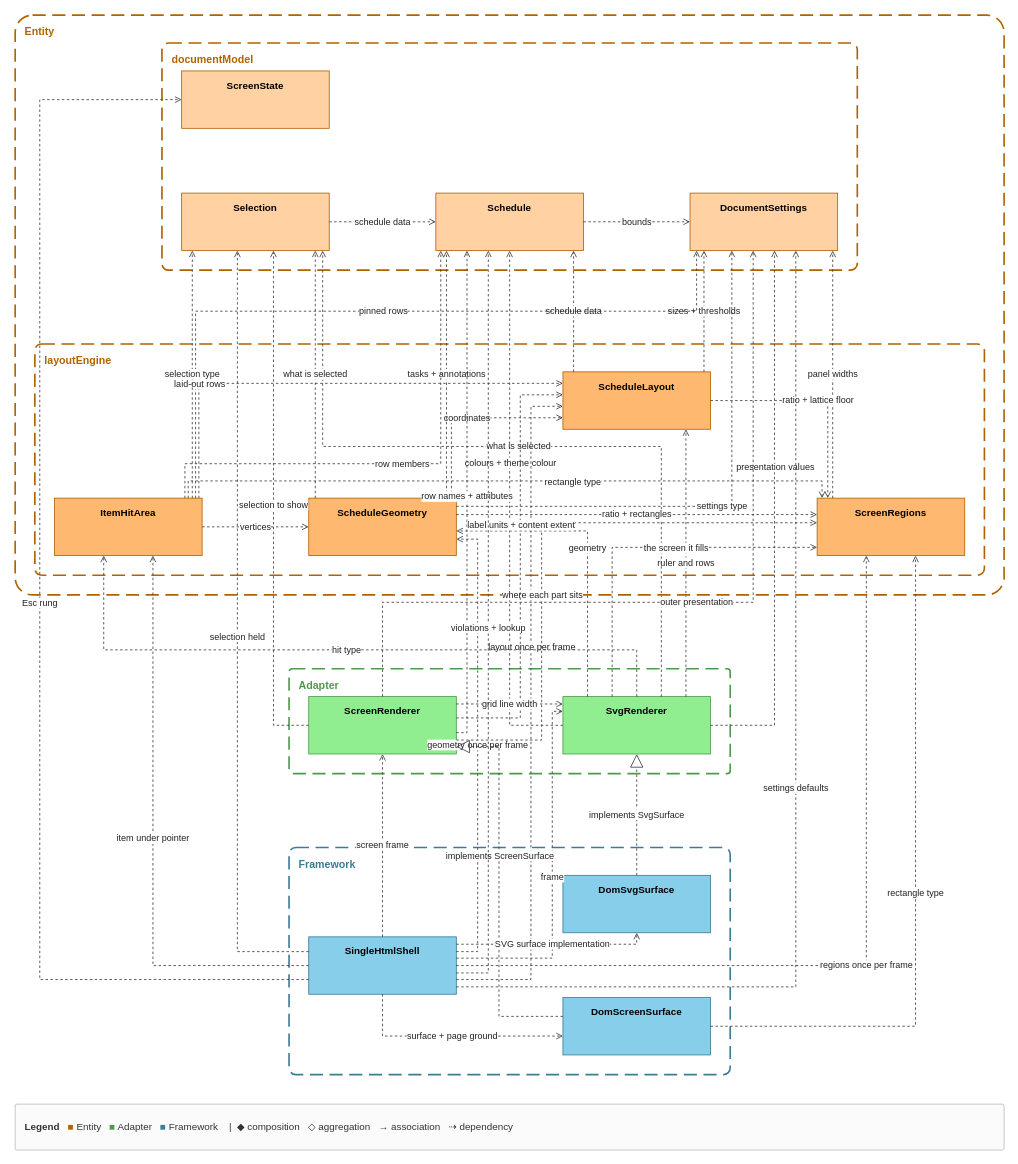
Before: docs/spec/_source/view-read.drawio in GoodRelax/gr-scheduler, a draw.io diagram. Source tidied: cells renumbered, new cells numbered last; positions are measured from the earlier drawing's top-left corner, leaving out a move shared by most shapes. Both pictures are drawn from the tidied source at 82%, with x=0, y=0 at pixel (15, 15).
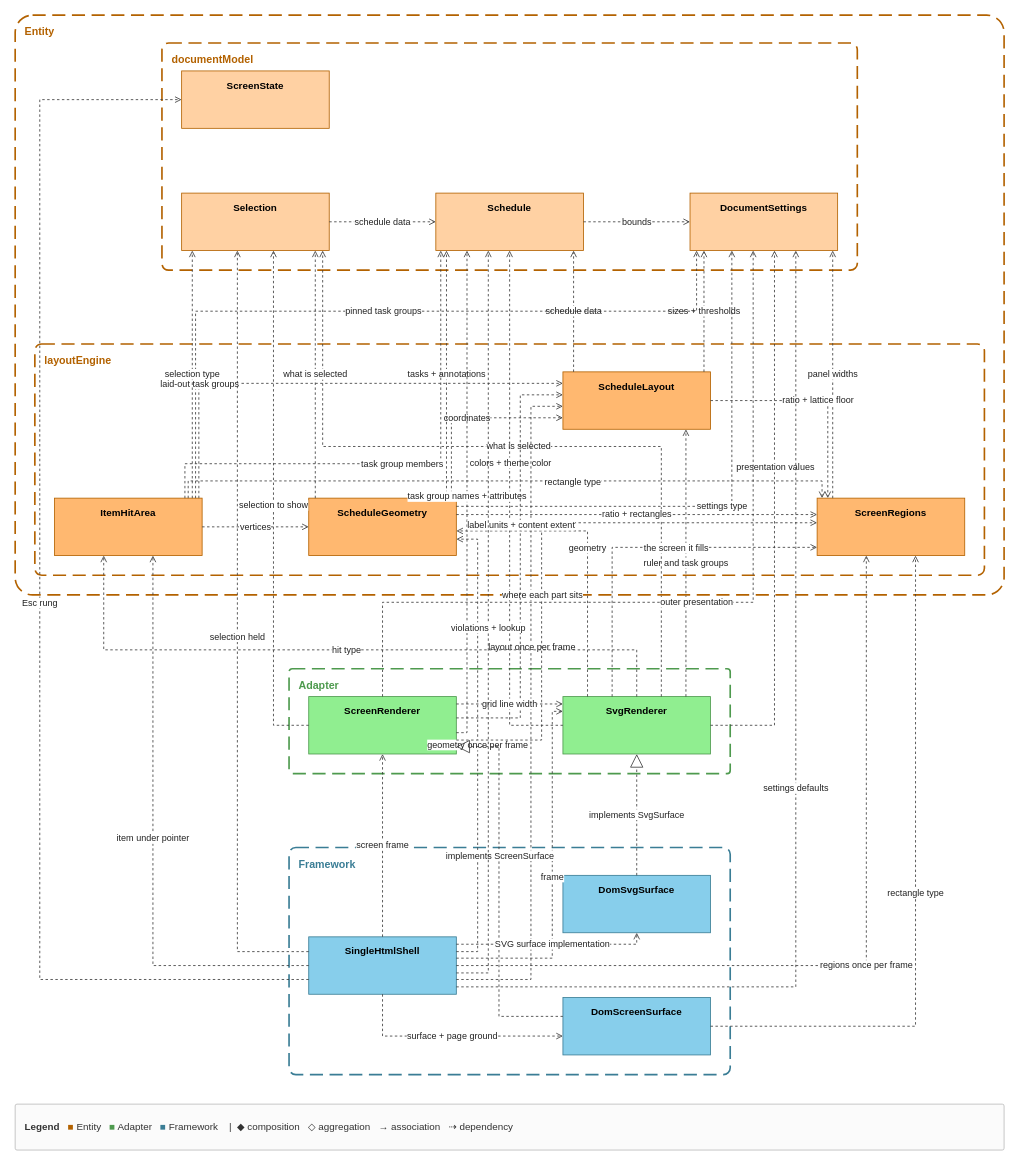
The same page after the edit.

The change refers to these unchanged cells:
```xml
<mxCell id="9" value="&lt;b&gt;SvgRenderer&lt;/b&gt;" style="rounded=0;whiteSpace=wrap;html=1;verticalAlign=top;spacingTop=4;fillColor=#90EE90;strokeColor=#4E9A4E;" parent="1" vertex="1">
  <mxGeometry x="668" y="831" width="180" height="70" as="geometry" />
</mxCell>
<mxCell id="10" value="&lt;b&gt;Schedule&lt;/b&gt;" style="rounded=0;whiteSpace=wrap;html=1;verticalAlign=top;spacingTop=4;fillColor=#FFD1A3;strokeColor=#B36200;" parent="1" vertex="1">
  <mxGeometry x="513" y="217" width="180" height="70" as="geometry" />
</mxCell>
<mxCell id="11" value="&lt;b&gt;DocumentSettings&lt;/b&gt;" style="rounded=0;whiteSpace=wrap;html=1;verticalAlign=top;spacingTop=4;fillColor=#FFD1A3;strokeColor=#B36200;" parent="1" vertex="1">
  <mxGeometry x="823" y="217" width="180" height="70" as="geometry" />
</mxCell>
<mxCell id="12" value="&lt;b&gt;ScheduleLayout&lt;/b&gt;" style="rounded=0;whiteSpace=wrap;html=1;verticalAlign=top;spacingTop=4;fillColor=#FFB870;strokeColor=#B36200;" parent="1" vertex="1">
  <mxGeometry x="668" y="435" width="180" height="70" as="geometry" />
</mxCell>
<mxCell id="14" value="&lt;b&gt;ItemHitArea&lt;/b&gt;" style="rounded=0;whiteSpace=wrap;html=1;verticalAlign=top;spacingTop=4;fillColor=#FFB870;strokeColor=#B36200;" parent="1" vertex="1">
  <mxGeometry x="48" y="589" width="180" height="70" as="geometry" />
</mxCell>
<mxCell id="18" value="&lt;b&gt;ScreenRenderer&lt;/b&gt;" style="rounded=0;whiteSpace=wrap;html=1;verticalAlign=top;spacingTop=4;fillColor=#90EE90;strokeColor=#4E9A4E;" parent="1" vertex="1">
  <mxGeometry x="358" y="831" width="180" height="70" as="geometry" />
</mxCell>
<mxCell id="31" style="edgeStyle=orthogonalEdgeStyle;rounded=0;html=1;strokeColor=#3A3A3A;fontSize=11;fontColor=#222222;labelBackgroundColor=#FFFFFF;endArrow=open;dashed=1;" parent="1" edge="1" source="9" target="10">
  <mxGeometry relative="1" as="geometry">
    <Array as="points">
      <mxPoint x="634" y="866" />
      <mxPoint x="603" y="866" />
      <mxPoint x="603" y="866" />
      <mxPoint x="603" y="866" />
      <mxPoint x="603" y="418" />
    </Array>
  </mxGeometry>
</mxCell>
<mxCell id="54" style="edgeStyle=orthogonalEdgeStyle;rounded=0;html=1;strokeColor=#3A3A3A;fontSize=11;fontColor=#222222;labelBackgroundColor=#FFFFFF;endArrow=open;dashed=1;" parent="1" edge="1" source="14" target="12">
  <mxGeometry relative="1" as="geometry">
    <Array as="points">
      <mxPoint x="224" y="537" />
      <mxPoint x="224" y="449" />
      <mxPoint x="224" y="449" />
      <mxPoint x="224" y="449" />
      <mxPoint x="515" y="449" />
    </Array>
  </mxGeometry>
</mxCell>
```

Diff of the diagram source:
```diff
@@
-    <mxCell id="22" value="ruler and rows" style="edgeStyle=orthogonalEdgeStyle;rounded=0;html=1;strokeColor=#3A3A3A;fontSize=11;fontColor=#222222;labelBackgroundColor=#FFFFFF;endArrow=open;dashed=1;" parent="1" edge="1" source="9" target="12">
+    <mxCell id="22" value="ruler and task groups" style="edgeStyle=orthogonalEdgeStyle;rounded=0;html=1;strokeColor=#3A3A3A;fontSize=11;fontColor=#222222;labelBackgroundColor=#FFFFFF;endArrow=open;dashed=1;" parent="1" edge="1" source="9" target="12">
       <mxGeometry relative="1" as="geometry">
         <Array as="points">
           <mxPoint x="818" y="755" />
           <mxPoint x="818" y="580" />
         </Array>
       </mxGeometry>
     </mxCell>
@@
-    <mxCell id="32" value="colours + theme colour" style="edgeLabel;html=1;align=center;verticalAlign=middle;labelBackgroundColor=#FFFFFF;fontSize=11;fontColor=#222222;" parent="31" vertex="1">
+    <mxCell id="32" value="colors + theme color" style="edgeLabel;html=1;align=center;verticalAlign=middle;labelBackgroundColor=#FFFFFF;fontSize=11;fontColor=#222222;" parent="31" vertex="1">
       <mxGeometry x="0.2" relative="1" as="geometry" />
     </mxCell>
@@
-    <mxCell id="48" value="row names + attributes" style="edgeStyle=orthogonalEdgeStyle;rounded=0;html=1;strokeColor=#3A3A3A;fontSize=11;fontColor=#222222;labelBackgroundColor=#FFFFFF;endArrow=open;dashed=1;" parent="1" edge="1" source="18" target="10">
+    <mxCell id="48" value="task group names + attributes" style="edgeStyle=orthogonalEdgeStyle;rounded=0;html=1;strokeColor=#3A3A3A;fontSize=11;fontColor=#222222;labelBackgroundColor=#FFFFFF;endArrow=open;dashed=1;" parent="1" edge="1" source="18" target="10">
       <mxGeometry relative="1" as="geometry">
         <Array as="points">
           <mxPoint x="546" y="875" />
           <mxPoint x="551" y="875" />
           <mxPoint x="551" y="875" />
           <mxPoint x="551" y="875" />
           <mxPoint x="551" y="419" />
         </Array>
       </mxGeometry>
     </mxCell>
@@
-    <mxCell id="52" value="pinned rows" style="edgeStyle=orthogonalEdgeStyle;rounded=0;html=1;strokeColor=#3A3A3A;fontSize=11;fontColor=#222222;labelBackgroundColor=#FFFFFF;endArrow=open;dashed=1;" parent="1" edge="1" source="14" target="11">
+    <mxCell id="52" value="pinned task groups" style="edgeStyle=orthogonalEdgeStyle;rounded=0;html=1;strokeColor=#3A3A3A;fontSize=11;fontColor=#222222;labelBackgroundColor=#FFFFFF;endArrow=open;dashed=1;" parent="1" edge="1" source="14" target="11">
       <mxGeometry relative="1" as="geometry">
         <Array as="points">
           <mxPoint x="220" y="517" />
           <mxPoint x="220" y="361" />
           <mxPoint x="220" y="361" />
           <mxPoint x="220" y="361" />
           <mxPoint x="831" y="361" />
           <mxPoint x="831" y="361" />
           <mxPoint x="831" y="361" />
           <mxPoint x="831" y="319" />
         </Array>
       </mxGeometry>
     </mxCell>
-    <mxCell id="53" value="row members" style="edgeStyle=orthogonalEdgeStyle;rounded=0;html=1;strokeColor=#3A3A3A;fontSize=11;fontColor=#222222;labelBackgroundColor=#FFFFFF;endArrow=open;dashed=1;" parent="1" edge="1" source="14" target="10">
+    <mxCell id="53" value="task group members" style="edgeStyle=orthogonalEdgeStyle;rounded=0;html=1;strokeColor=#3A3A3A;fontSize=11;fontColor=#222222;labelBackgroundColor=#FFFFFF;endArrow=open;dashed=1;" parent="1" edge="1" source="14" target="10">
       <mxGeometry relative="1" as="geometry">
         <Array as="points">
           <mxPoint x="207" y="568" />
           <mxPoint x="207" y="547" />
           <mxPoint x="207" y="547" />
           <mxPoint x="207" y="547" />
           <mxPoint x="519" y="547" />
           <mxPoint x="519" y="547" />
           <mxPoint x="519" y="547" />
           <mxPoint x="519" y="366" />
         </Array>
       </mxGeometry>
     </mxCell>
@@
-    <mxCell id="55" value="laid-out rows" style="edgeLabel;html=1;align=center;verticalAlign=middle;labelBackgroundColor=#FFFFFF;fontSize=11;fontColor=#222222;" parent="54" vertex="1">
+    <mxCell id="55" value="laid-out task groups" style="edgeLabel;html=1;align=center;verticalAlign=middle;labelBackgroundColor=#FFFFFF;fontSize=11;fontColor=#222222;" parent="54" vertex="1">
       <mxGeometry x="-0.52" relative="1" as="geometry" />
     </mxCell>
```
